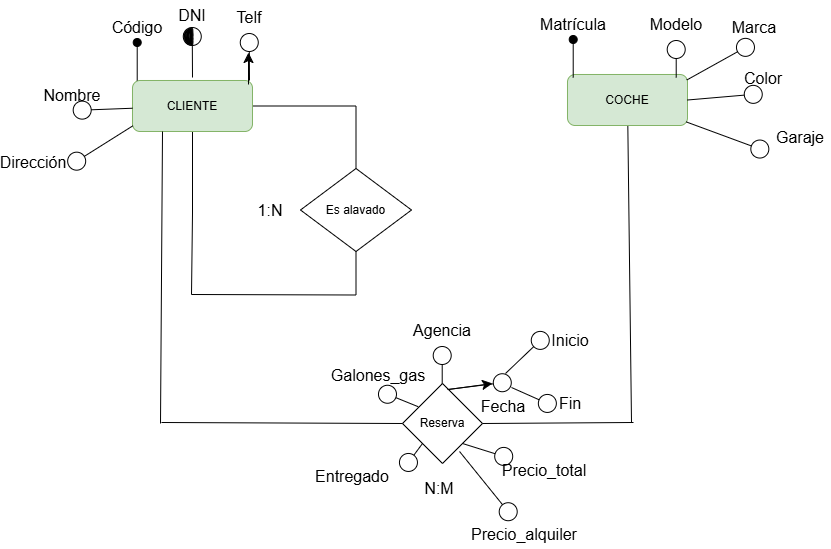
Earlier version of the draw.io export Data Base/Coches.drawio.png (Samue45/1-DAM). Source tidied: cells renumbered, new cells last; positions are measured from the earlier drawing's top-left corner, leaving out a move shared by most shapes.
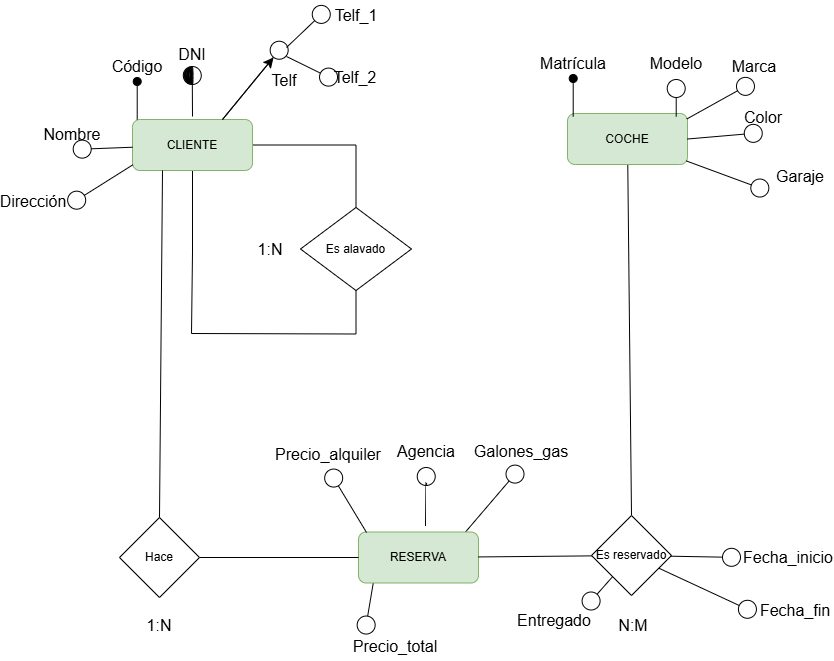
Later version of the same file.

The edit, as a diff of the source:
```diff
@@ -13,10 +13,8 @@
     <mxCell id="4" value="CLIENTE" style="rounded=1;whiteSpace=wrap;html=1;fillColor=#d5e8d4;strokeColor=#82b366;" parent="1" vertex="1">
       <mxGeometry x="129" y="80" width="120" height="51" as="geometry" />
     </mxCell>
-    <mxCell id="5" style="edgeStyle=none;curved=1;rounded=0;jettySize=auto;html=1;fontSize=12;startSize=8;endSize=8;endArrow=none;endFill=0;" parent="1" edge="1" source="6">
-      <mxGeometry relative="1" as="geometry">
-        <mxPoint x="628" y="422" as="targetPoint" />
-      </mxGeometry>
+    <mxCell id="5" style="edgeStyle=none;curved=1;rounded=0;jettySize=auto;html=1;fontSize=12;startSize=8;endSize=8;endArrow=none;endFill=0;entryX=0.5;entryY=0;entryDx=0;entryDy=0;" parent="1" edge="1" source="6" target="58">
+      <mxGeometry relative="1" as="geometry" />
     </mxCell>
     <mxCell id="6" value="COCHE" style="rounded=1;whiteSpace=wrap;html=1;fillColor=#d5e8d4;strokeColor=#82b366;" parent="1" vertex="1">
       <mxGeometry x="564" y="74" width="120" height="51" as="geometry" />
@@ -66,42 +64,12 @@
         <mxPoint x="64.7" y="166" as="targetPoint" />
       </mxGeometry>
     </mxCell>
-    <mxCell id="18" value="Telf" style="text;html=1;align=center;verticalAlign=middle;whiteSpace=wrap;rounded=0;fontSize=16;" parent="1" vertex="1">
-      <mxGeometry x="216" y="2" width="60" height="30" as="geometry" />
-    </mxCell>
-    <mxCell id="19" style="endArrow=circle;html=1;rounded=0;fontSize=12;startSize=8;endSize=8;curved=1;entryX=0.5;entryY=1;entryDx=0;entryDy=0;endFill=0;" parent="1" edge="1">
-      <mxGeometry relative="1" as="geometry">
-        <mxPoint x="246" y="80" as="sourcePoint" />
-        <mxPoint x="245.7" y="32" as="targetPoint" />
-      </mxGeometry>
-    </mxCell>
-    <mxCell id="20" style="endArrow=classic;html=1;rounded=0;fontSize=12;startSize=8;endSize=8;curved=1;" parent="1" edge="1">
-      <mxGeometry relative="1" as="geometry">
-        <mxPoint x="245" y="84" as="sourcePoint" />
-        <mxPoint x="245" y="52" as="targetPoint" />
-      </mxGeometry>
-    </mxCell>
     <mxCell id="21" value="1:N" style="text;html=1;align=center;verticalAlign=middle;whiteSpace=wrap;rounded=0;fontSize=16;" parent="1" vertex="1">
       <mxGeometry x="237" y="194.5" width="60" height="30" as="geometry" />
     </mxCell>
-    <mxCell id="22" value="Reserva" style="rhombus;whiteSpace=wrap;html=1;" parent="1" vertex="1">
-      <mxGeometry x="399" y="383" width="80" height="80" as="geometry" />
-    </mxCell>
-    <mxCell id="23" style="endArrow=none;html=1;rounded=0;fontSize=12;curved=1;exitX=0.25;exitY=1;exitDx=0;exitDy=0;endFill=0;" parent="1" edge="1" source="4">
-      <mxGeometry relative="1" as="geometry">
-        <mxPoint x="157" y="423" as="targetPoint" />
-      </mxGeometry>
+    <mxCell id="23" style="endArrow=none;html=1;rounded=0;fontSize=12;curved=1;exitX=0.25;exitY=1;exitDx=0;exitDy=0;endFill=0;entryX=0.5;entryY=0;entryDx=0;entryDy=0;" parent="1" edge="1" source="4" target="56">
+      <mxGeometry relative="1" as="geometry" />
     </mxCell>
-    <mxCell id="24" style="endArrow=none;html=1;rounded=0;fontSize=12;startSize=8;endSize=8;curved=1;entryX=0;entryY=0.5;entryDx=0;entryDy=0;" parent="1" edge="1" target="22">
-      <mxGeometry relative="1" as="geometry">
-        <mxPoint x="158" y="422" as="sourcePoint" />
-      </mxGeometry>
-    </mxCell>
-    <mxCell id="25" style="endArrow=none;html=1;rounded=0;fontSize=12;startSize=8;endSize=8;curved=1;exitX=1;exitY=0.5;exitDx=0;exitDy=0;" parent="1" edge="1" source="22">
-      <mxGeometry relative="1" as="geometry">
-        <mxPoint x="630" y="422" as="targetPoint" />
-      </mxGeometry>
-    </mxCell>
     <mxCell id="26" value="Matrícula" style="text;html=1;align=center;verticalAlign=middle;whiteSpace=wrap;rounded=0;fontSize=16;" parent="1" vertex="1">
       <mxGeometry x="540" y="9" width="60" height="30" as="geometry" />
     </mxCell>
@@ -145,79 +113,114 @@
       </mxGeometry>
     </mxCell>
     <mxCell id="36" value="Precio_alquiler" style="text;html=1;align=center;verticalAlign=middle;whiteSpace=wrap;rounded=0;fontSize=16;" parent="1" vertex="1">
-      <mxGeometry x="491" y="519" width="60" height="30" as="geometry" />
+      <mxGeometry x="295" y="400" width="60" height="30" as="geometry" />
     </mxCell>
-    <mxCell id="37" style="endArrow=circle;html=1;rounded=0;fontSize=12;startSize=8;endSize=8;curved=1;entryX=0.5;entryY=1;entryDx=0;entryDy=0;endFill=0;exitX=0.713;exitY=0.85;exitDx=0;exitDy=0;exitPerimeter=0;" parent="1" edge="1" source="22">
-      <mxGeometry relative="1" as="geometry">
-        <mxPoint x="511" y="519" as="targetPoint" />
-      </mxGeometry>
-    </mxCell>
     <mxCell id="38" value="Precio_total" style="text;html=1;align=center;verticalAlign=middle;whiteSpace=wrap;rounded=0;fontSize=16;" parent="1" vertex="1">
-      <mxGeometry x="511" y="455" width="60" height="30" as="geometry" />
+      <mxGeometry x="362.3" y="591.5" width="60" height="30" as="geometry" />
     </mxCell>
-    <mxCell id="39" style="endArrow=circle;html=1;rounded=0;fontSize=12;startSize=8;endSize=8;curved=1;entryX=-0.021;entryY=0.13;entryDx=0;entryDy=0;endFill=0;exitX=1;exitY=1;exitDx=0;exitDy=0;entryPerimeter=0;" parent="1" edge="1" source="22" target="38">
-      <mxGeometry relative="1" as="geometry" />
+    <mxCell id="39" style="endArrow=circle;html=1;rounded=0;fontSize=12;startSize=8;endSize=8;curved=1;entryX=-0.021;entryY=0.13;entryDx=0;entryDy=0;endFill=0;entryPerimeter=0;" parent="1" edge="1" target="38">
+      <mxGeometry relative="1" as="geometry">
+        <mxPoint x="370.3" y="540.5" as="sourcePoint" />
+      </mxGeometry>
     </mxCell>
-    <mxCell id="40" value="Fecha" style="text;html=1;align=center;verticalAlign=middle;whiteSpace=wrap;rounded=0;fontSize=16;" parent="1" vertex="1">
-      <mxGeometry x="470" y="391" width="60" height="30" as="geometry" />
-    </mxCell>
-    <mxCell id="41" style="endArrow=circle;html=1;rounded=0;fontSize=12;startSize=8;endSize=8;curved=1;entryX=0.5;entryY=1;entryDx=0;entryDy=0;endFill=0;" parent="1" edge="1">
-      <mxGeometry relative="1" as="geometry">
-        <mxPoint x="444" y="389" as="sourcePoint" />
-        <mxPoint x="508.7" y="381" as="targetPoint" />
-      </mxGeometry>
-    </mxCell>
-    <mxCell id="42" style="endArrow=classic;html=1;rounded=0;fontSize=12;startSize=8;endSize=8;curved=1;" parent="1" edge="1">
-      <mxGeometry relative="1" as="geometry">
-        <mxPoint x="445" y="389" as="sourcePoint" />
-        <mxPoint x="489" y="383" as="targetPoint" />
-      </mxGeometry>
-    </mxCell>
-    <mxCell id="43" style="endArrow=circle;html=1;rounded=0;fontSize=12;startSize=8;endSize=8;curved=1;endFill=0;" parent="1" edge="1">
-      <mxGeometry relative="1" as="geometry">
-        <mxPoint x="502" y="373" as="sourcePoint" />
-        <mxPoint x="544" y="333" as="targetPoint" />
-      </mxGeometry>
-    </mxCell>
-    <mxCell id="44" style="endArrow=circle;html=1;rounded=0;fontSize=12;startSize=8;endSize=8;curved=1;endFill=0;" parent="1" edge="1">
-      <mxGeometry relative="1" as="geometry">
-        <mxPoint x="508" y="387" as="sourcePoint" />
-        <mxPoint x="553" y="407" as="targetPoint" />
-      </mxGeometry>
-    </mxCell>
-    <mxCell id="45" value="Inicio" style="text;html=1;align=center;verticalAlign=middle;whiteSpace=wrap;rounded=0;fontSize=16;" parent="1" vertex="1">
-      <mxGeometry x="537" y="325" width="60" height="30" as="geometry" />
-    </mxCell>
-    <mxCell id="46" value="Fin" style="text;html=1;align=center;verticalAlign=middle;whiteSpace=wrap;rounded=0;fontSize=16;" parent="1" vertex="1">
-      <mxGeometry x="537" y="388" width="60" height="30" as="geometry" />
-    </mxCell>
     <mxCell id="47" value="Agencia" style="text;html=1;align=center;verticalAlign=middle;whiteSpace=wrap;rounded=0;fontSize=16;" parent="1" vertex="1">
-      <mxGeometry x="409" y="315" width="60" height="30" as="geometry" />
+      <mxGeometry x="393" y="397" width="60" height="30" as="geometry" />
     </mxCell>
-    <mxCell id="48" style="endArrow=circle;html=1;rounded=0;fontSize=12;startSize=8;endSize=8;curved=1;entryX=0.5;entryY=1;entryDx=0;entryDy=0;endFill=0;" parent="1" edge="1">
-      <mxGeometry relative="1" as="geometry">
-        <mxPoint x="438.7" y="383" as="sourcePoint" />
-        <mxPoint x="438.7" y="345" as="targetPoint" />
-      </mxGeometry>
-    </mxCell>
     <mxCell id="49" value="Galones_gas" style="text;html=1;align=center;verticalAlign=middle;whiteSpace=wrap;rounded=0;fontSize=16;" parent="1" vertex="1">
-      <mxGeometry x="345" y="360" width="60" height="30" as="geometry" />
+      <mxGeometry x="488" y="397" width="60" height="30" as="geometry" />
     </mxCell>
-    <mxCell id="50" style="endArrow=circle;html=1;rounded=0;fontSize=12;startSize=8;endSize=8;curved=1;entryX=0.5;entryY=1;entryDx=0;entryDy=0;endFill=0;exitX=0.196;exitY=0.29;exitDx=0;exitDy=0;exitPerimeter=0;" parent="1" edge="1" source="22">
+    <mxCell id="50" style="endArrow=circle;html=1;rounded=0;fontSize=12;startSize=8;endSize=8;curved=1;entryX=0.5;entryY=1;entryDx=0;entryDy=0;endFill=0;exitX=0.875;exitY=0.338;exitDx=0;exitDy=0;exitPerimeter=0;" parent="1" edge="1" target="49">
       <mxGeometry relative="1" as="geometry">
-        <mxPoint x="374.7" y="390" as="targetPoint" />
+        <mxPoint x="462" y="492.5" as="sourcePoint" />
       </mxGeometry>
     </mxCell>
     <mxCell id="51" value="Entregado" style="text;html=1;align=center;verticalAlign=middle;whiteSpace=wrap;rounded=0;fontSize=16;" parent="1" vertex="1">
-      <mxGeometry x="319" y="461" width="60" height="30" as="geometry" />
+      <mxGeometry x="521" y="566" width="60" height="30" as="geometry" />
     </mxCell>
-    <mxCell id="52" style="endArrow=circle;html=1;rounded=0;fontSize=12;startSize=8;endSize=8;curved=1;entryX=0.5;entryY=1;entryDx=0;entryDy=0;endFill=0;exitX=0;exitY=1;exitDx=0;exitDy=0;" parent="1" edge="1" source="22">
+    <mxCell id="52" style="endArrow=circle;html=1;rounded=0;fontSize=12;startSize=8;endSize=8;curved=1;entryX=0.118;entryY=-0.067;entryDx=0;entryDy=0;endFill=0;exitX=0;exitY=1;exitDx=0;exitDy=0;entryPerimeter=0;" parent="1" edge="1" target="53">
       <mxGeometry relative="1" as="geometry">
-        <mxPoint x="399" y="470" as="targetPoint" />
+        <mxPoint x="611" y="535" as="sourcePoint" />
       </mxGeometry>
     </mxCell>
+    <mxCell id="54" value="RESERVA" style="rounded=1;whiteSpace=wrap;html=1;fillColor=#d5e8d4;strokeColor=#82b366;" parent="1" vertex="1">
+      <mxGeometry x="355" y="492.5" width="120" height="51" as="geometry" />
+    </mxCell>
+    <mxCell id="55" style="edgeStyle=none;curved=1;rounded=0;jettySize=auto;html=1;entryX=0;entryY=0.5;entryDx=0;entryDy=0;fontSize=12;startSize=8;endSize=8;endArrow=none;endFill=0;" parent="1" edge="1" source="56" target="54">
+      <mxGeometry relative="1" as="geometry" />
+    </mxCell>
+    <mxCell id="56" value="Hace" style="rhombus;whiteSpace=wrap;html=1;" parent="1" vertex="1">
+      <mxGeometry x="116" y="478" width="80" height="80" as="geometry" />
+    </mxCell>
+    <mxCell id="57" style="edgeStyle=none;curved=1;rounded=0;jettySize=auto;html=1;fontSize=12;startSize=8;endSize=8;endArrow=none;endFill=0;" parent="1" edge="1" source="58" target="54">
+      <mxGeometry relative="1" as="geometry" />
+    </mxCell>
+    <mxCell id="58" value="Es reservado" style="rhombus;whiteSpace=wrap;html=1;" parent="1" vertex="1">
+      <mxGeometry x="588" y="476" width="80" height="80" as="geometry" />
+    </mxCell>
+    <mxCell id="18" value="Telf" style="text;html=1;align=center;verticalAlign=middle;whiteSpace=wrap;rounded=0;fontSize=16;" parent="1" vertex="1">
+      <mxGeometry x="251" y="26" width="60" height="30" as="geometry" />
+    </mxCell>
+    <mxCell id="59" style="endArrow=circle;html=1;rounded=0;fontSize=12;startSize=8;endSize=8;curved=1;endFill=0;exitX=0.75;exitY=0;exitDx=0;exitDy=0;" parent="1" edge="1" source="4">
+      <mxGeometry relative="1" as="geometry">
+        <mxPoint x="282" y="3" as="targetPoint" />
+      </mxGeometry>
+    </mxCell>
+    <mxCell id="60" style="endArrow=classic;html=1;rounded=0;fontSize=12;startSize=8;endSize=8;curved=1;exitX=0.75;exitY=0;exitDx=0;exitDy=0;" parent="1" edge="1" source="4">
+      <mxGeometry relative="1" as="geometry">
+        <mxPoint x="270" y="18" as="targetPoint" />
+      </mxGeometry>
+    </mxCell>
+    <mxCell id="61" style="endArrow=circle;html=1;rounded=0;fontSize=12;startSize=8;endSize=8;curved=1;endFill=0;" parent="1" edge="1">
+      <mxGeometry relative="1" as="geometry">
+        <mxPoint x="283" y="8" as="sourcePoint" />
+        <mxPoint x="325" y="-32" as="targetPoint" />
+      </mxGeometry>
+    </mxCell>
+    <mxCell id="62" style="endArrow=circle;html=1;rounded=0;fontSize=12;startSize=8;endSize=8;curved=1;endFill=0;" parent="1" edge="1">
+      <mxGeometry relative="1" as="geometry">
+        <mxPoint x="283" y="17" as="sourcePoint" />
+        <mxPoint x="334" y="42" as="targetPoint" />
+      </mxGeometry>
+    </mxCell>
+    <mxCell id="63" value="Telf_1" style="text;html=1;align=center;verticalAlign=middle;whiteSpace=wrap;rounded=0;fontSize=16;" parent="1" vertex="1">
+      <mxGeometry x="322.5" y="-39" width="60" height="30" as="geometry" />
+    </mxCell>
+    <mxCell id="64" value="Telf_2" style="text;html=1;align=center;verticalAlign=middle;whiteSpace=wrap;rounded=0;fontSize=16;" parent="1" vertex="1">
+      <mxGeometry x="322" y="23" width="60" height="30" as="geometry" />
+    </mxCell>
+    <mxCell id="65" value="1:N" style="text;html=1;align=center;verticalAlign=middle;whiteSpace=wrap;rounded=0;fontSize=16;" parent="1" vertex="1">
+      <mxGeometry x="126" y="571" width="60" height="30" as="geometry" />
+    </mxCell>
     <mxCell id="53" value="&lt;blockquote style=&quot;margin: 0 0 0 40px; border: none; padding: 0px;&quot;&gt;N:M&lt;/blockquote&gt;" style="text;html=1;align=center;verticalAlign=middle;whiteSpace=wrap;rounded=0;fontSize=16;" parent="1" vertex="1">
-      <mxGeometry x="386" y="473" width="60" height="30" as="geometry" />
+      <mxGeometry x="572" y="571" width="76" height="30" as="geometry" />
     </mxCell>
+    <mxCell id="66" value="Fecha_inicio" style="text;html=1;align=center;verticalAlign=middle;whiteSpace=wrap;rounded=0;fontSize=16;" parent="1" vertex="1">
+      <mxGeometry x="755" y="503" width="60" height="30" as="geometry" />
+    </mxCell>
+    <mxCell id="67" style="endArrow=circle;html=1;rounded=0;fontSize=12;startSize=8;endSize=8;curved=1;endFill=0;" parent="1" edge="1" source="58">
+      <mxGeometry relative="1" as="geometry">
+        <mxPoint x="738" y="518" as="targetPoint" />
+      </mxGeometry>
+    </mxCell>
+    <mxCell id="68" value="Fecha_fin" style="text;html=1;align=center;verticalAlign=middle;whiteSpace=wrap;rounded=0;fontSize=16;" parent="1" vertex="1">
+      <mxGeometry x="762" y="556" width="60" height="30" as="geometry" />
+    </mxCell>
+    <mxCell id="69" style="endArrow=circle;html=1;rounded=0;fontSize=12;startSize=8;endSize=8;curved=1;endFill=0;" parent="1" edge="1" source="58">
+      <mxGeometry relative="1" as="geometry">
+        <mxPoint x="753" y="574" as="targetPoint" />
+      </mxGeometry>
+    </mxCell>
+    <mxCell id="70" style="endArrow=circle;html=1;rounded=0;fontSize=12;startSize=8;endSize=8;curved=1;entryX=0.5;entryY=1;entryDx=0;entryDy=0;endFill=0;exitX=0.067;exitY=0.01;exitDx=0;exitDy=0;exitPerimeter=0;" parent="1" edge="1" source="54" target="36">
+      <mxGeometry relative="1" as="geometry" />
+    </mxCell>
+    <mxCell id="71" style="endArrow=circle;html=1;rounded=0;fontSize=12;startSize=8;endSize=8;curved=1;entryX=0.5;entryY=1;entryDx=0;entryDy=0;endFill=0;" parent="1" edge="1">
+      <mxGeometry relative="1" as="geometry">
+        <mxPoint x="422" y="486" as="sourcePoint" />
+        <mxPoint x="422.3" y="427" as="targetPoint" />
+        <Array as="points">
+          <mxPoint x="422.6" y="433" />
+        </Array>
+      </mxGeometry>
+    </mxCell>
   </root>
 </mxGraphModel>
```
